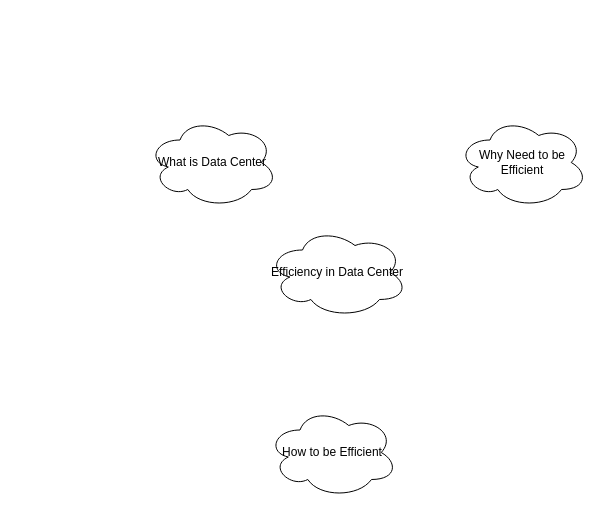
Before: Untitled Diagram.drawio in Midebar/Basdat, a draw.io diagram. Source tidied: cells renumbered, new cells numbered last; positions are measured from the earlier drawing's top-left corner, leaving out a move shared by most shapes. Both pictures are drawn from the tidied source at 100%, with x=0, y=0 at pixel (147, 117).
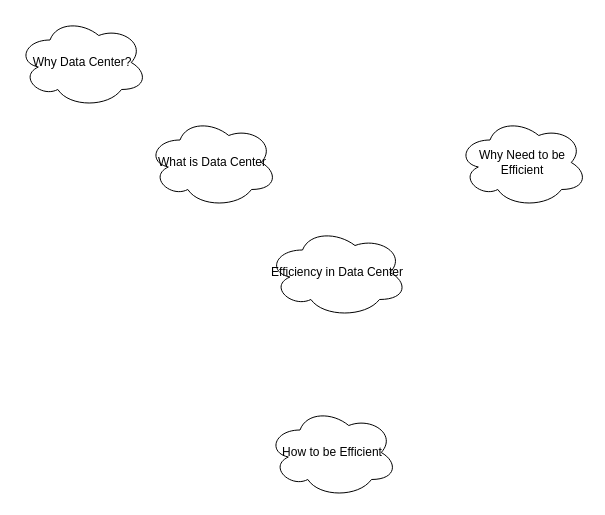
After the change.

The edit, as a diff of the source:
```diff
@@
 <mxGraphModel>
   <root>
     <mxCell id="0" />
     <mxCell id="1" parent="0" />
     <mxCell id="2" value="Efficiency in Data Center" style="ellipse;shape=cloud;whiteSpace=wrap;html=1;" parent="1" vertex="1">
       <mxGeometry x="120" y="110" width="140" height="90" as="geometry" />
     </mxCell>
     <mxCell id="3" value="What is Data Center" style="ellipse;shape=cloud;whiteSpace=wrap;html=1;" parent="1" vertex="1">
       <mxGeometry width="130" height="90" as="geometry" />
     </mxCell>
     <mxCell id="4" value="Why Need to be Efficient" style="ellipse;shape=cloud;whiteSpace=wrap;html=1;" parent="1" vertex="1">
       <mxGeometry x="310" width="130" height="90" as="geometry" />
     </mxCell>
     <mxCell id="5" value="How to be Efficient" style="ellipse;shape=cloud;whiteSpace=wrap;html=1;" parent="1" vertex="1">
       <mxGeometry x="120" y="290" width="130" height="90" as="geometry" />
     </mxCell>
+    <mxCell id="6" value="Why Data Center?" style="ellipse;shape=cloud;whiteSpace=wrap;html=1;" parent="1" vertex="1">
+      <mxGeometry x="-130" y="-100" width="130" height="90" as="geometry" />
+    </mxCell>
   </root>
 </mxGraphModel>
```
